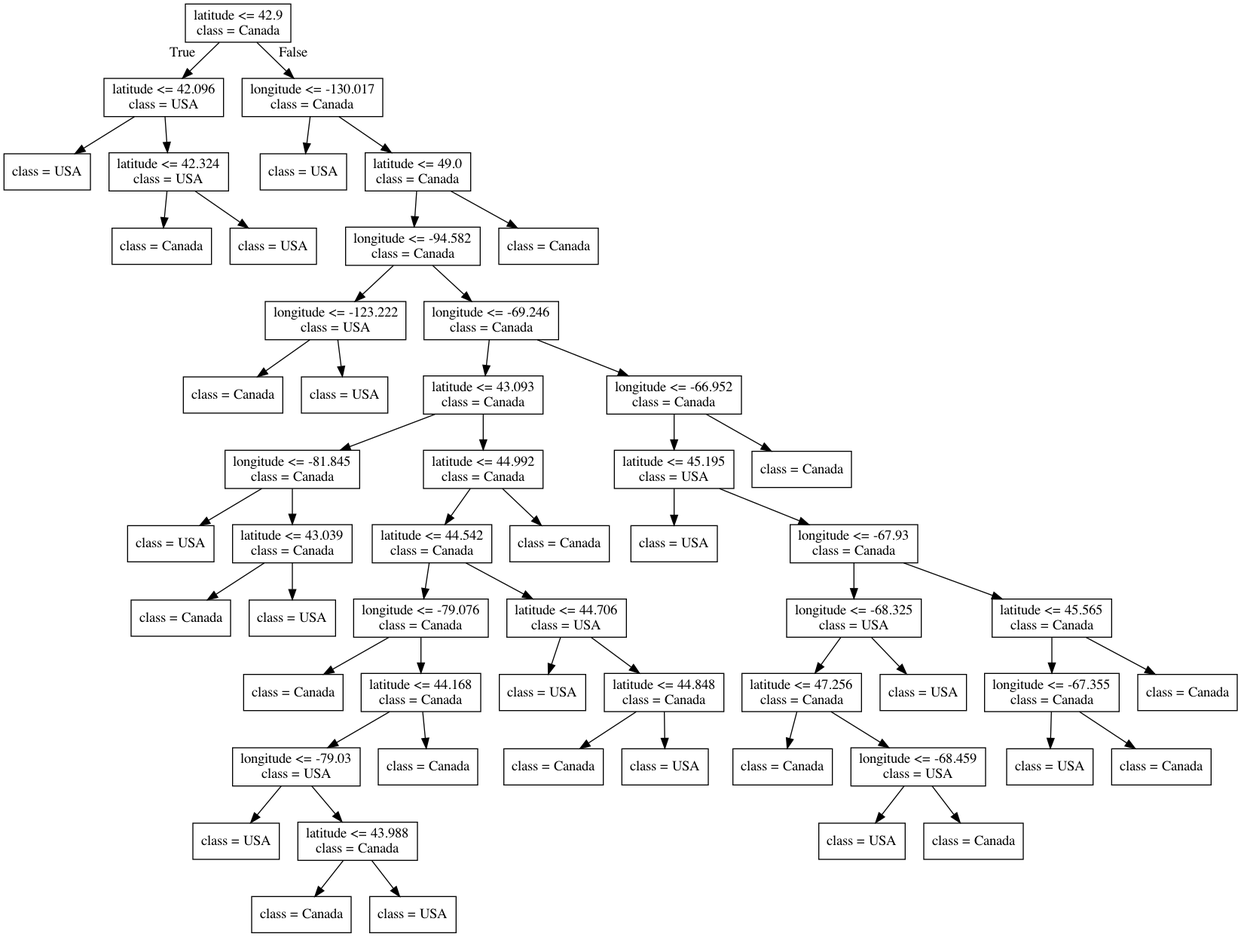
Earlier version of the Graphviz export lectures/Source.gv.png (bait509-ubc/BAIT509). Its source is kept beside it as lectures/Source.gv.
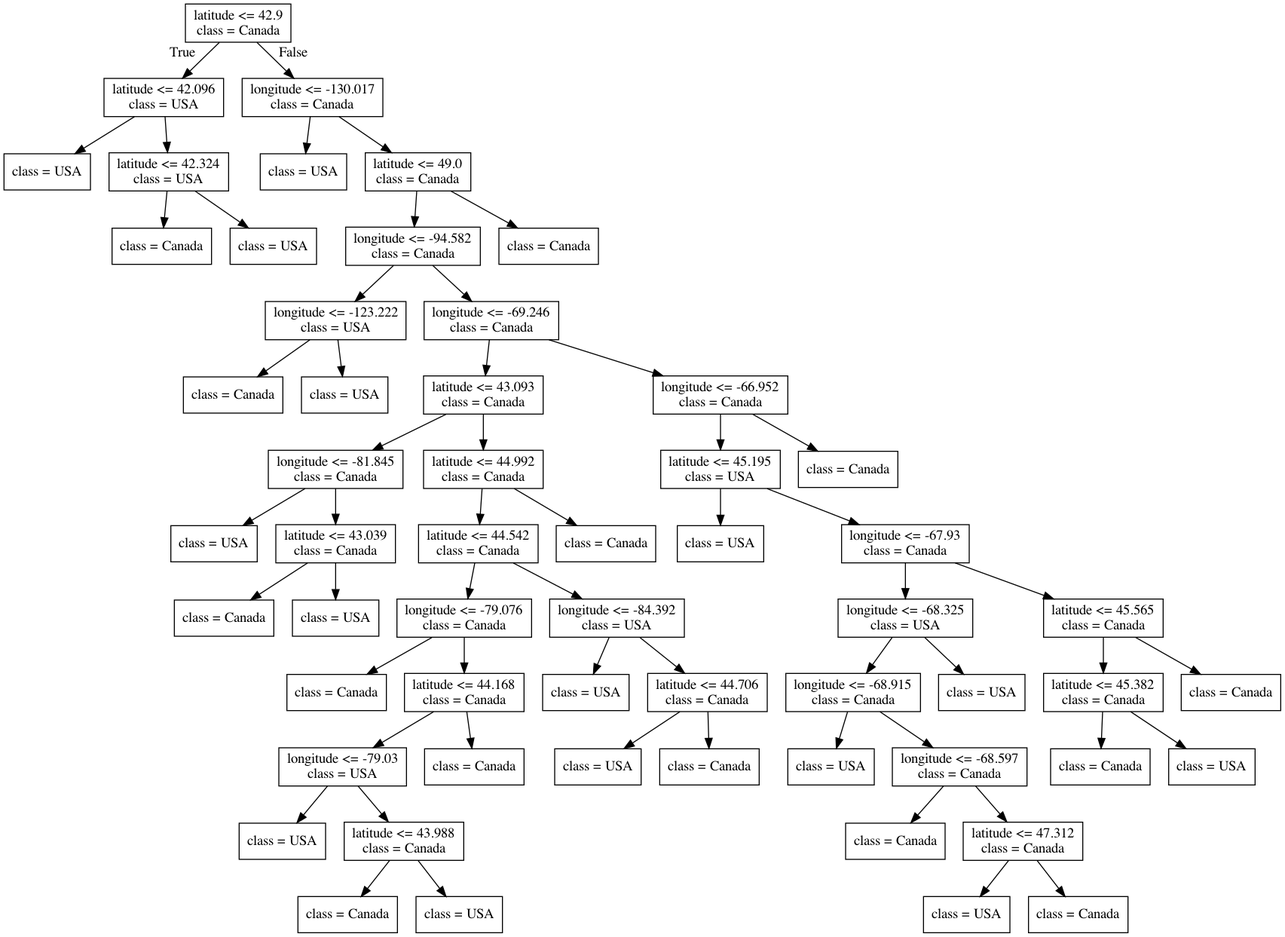
The same file after the commit.

Change to the diagram source:
```diff
@@ -61,15 +61,15 @@
 27 -> 29 ;
 30 [label="class = Canada"] ;
 24 -> 30 ;
-31 [label="latitude <= 44.706\nclass = USA"] ;
+31 [label="longitude <= -84.392\nclass = USA"] ;
 21 -> 31 ;
 32 [label="class = USA"] ;
 31 -> 32 ;
-33 [label="latitude <= 44.848\nclass = Canada"] ;
+33 [label="latitude <= 44.706\nclass = Canada"] ;
 31 -> 33 ;
-34 [label="class = Canada"] ;
+34 [label="class = USA"] ;
 33 -> 34 ;
-35 [label="class = USA"] ;
+35 [label="class = Canada"] ;
 33 -> 35 ;
 36 [label="class = Canada"] ;
 20 -> 36 ;
@@ -83,30 +83,34 @@
 38 -> 40 ;
 41 [label="longitude <= -68.325\nclass = USA"] ;
 40 -> 41 ;
-42 [label="latitude <= 47.256\nclass = Canada"] ;
+42 [label="longitude <= -68.915\nclass = Canada"] ;
 41 -> 42 ;
-43 [label="class = Canada"] ;
+43 [label="class = USA"] ;
 42 -> 43 ;
-44 [label="longitude <= -68.459\nclass = USA"] ;
+44 [label="longitude <= -68.597\nclass = Canada"] ;
 42 -> 44 ;
-45 [label="class = USA"] ;
+45 [label="class = Canada"] ;
 44 -> 45 ;
-46 [label="class = Canada"] ;
+46 [label="latitude <= 47.312\nclass = Canada"] ;
 44 -> 46 ;
 47 [label="class = USA"] ;
-41 -> 47 ;
-48 [label="latitude <= 45.565\nclass = Canada"] ;
-40 -> 48 ;
-49 [label="longitude <= -67.355\nclass = Canada"] ;
-48 -> 49 ;
-50 [label="class = USA"] ;
-49 -> 50 ;
-51 [label="class = Canada"] ;
-49 -> 51 ;
+46 -> 47 ;
+48 [label="class = Canada"] ;
+46 -> 48 ;
+49 [label="class = USA"] ;
+41 -> 49 ;
+50 [label="latitude <= 45.565\nclass = Canada"] ;
+40 -> 50 ;
+51 [label="latitude <= 45.382\nclass = Canada"] ;
+50 -> 51 ;
 52 [label="class = Canada"] ;
-48 -> 52 ;
-53 [label="class = Canada"] ;
-37 -> 53 ;
+51 -> 52 ;
+53 [label="class = USA"] ;
+51 -> 53 ;
 54 [label="class = Canada"] ;
-8 -> 54 ;
+50 -> 54 ;
+55 [label="class = Canada"] ;
+37 -> 55 ;
+56 [label="class = Canada"] ;
+8 -> 56 ;
 }
```
